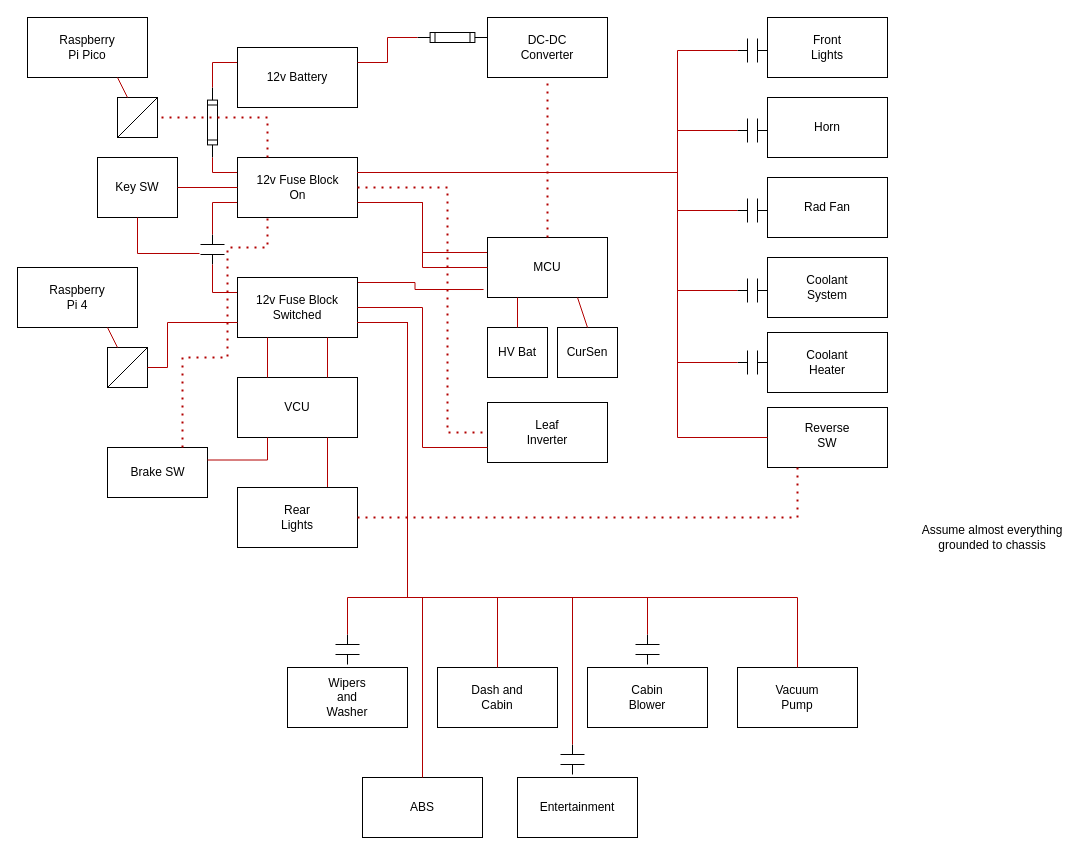
Above: ElectricalLowVoltage.drawio in cdvanhorn/ForsanRaneaf (draw.io), before the change. Source tidied: cells renumbered, new cells numbered last; positions are measured from the earlier drawing's top-left corner, leaving out a move shared by most shapes. Both pictures are drawn from the tidied source at 100%, with x=0, y=0 at pixel (17, 17).
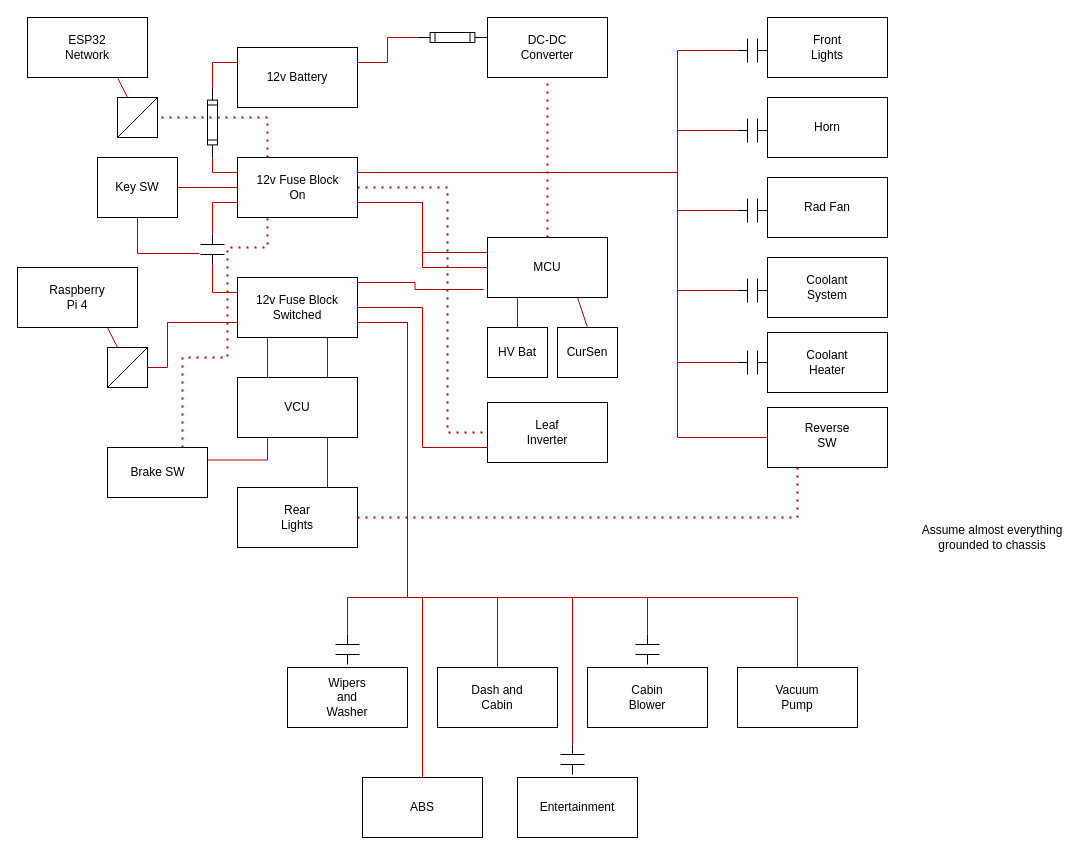
After the change.

Unchanged cells that the change refers to:
```xml
<mxCell id="4" style="group;" parent="1" vertex="1">
  <mxGeometry x="10" width="120" height="60" as="geometry" />
</mxCell>
```

The edit, as a diff of the source:
```diff
@@
-    <mxCell id="6" value="Raspberry Pi Pico" style="text;html=1;align=center;verticalAlign=middle;whiteSpace=wrap;rounded=0;" parent="4" vertex="1">
+    <mxCell id="6" value="ESP32 Network" style="text;html=1;align=center;verticalAlign=middle;whiteSpace=wrap;rounded=0;" parent="4" vertex="1">
       <mxGeometry x="30" y="15" width="60" height="30" as="geometry" />
     </mxCell>
```
